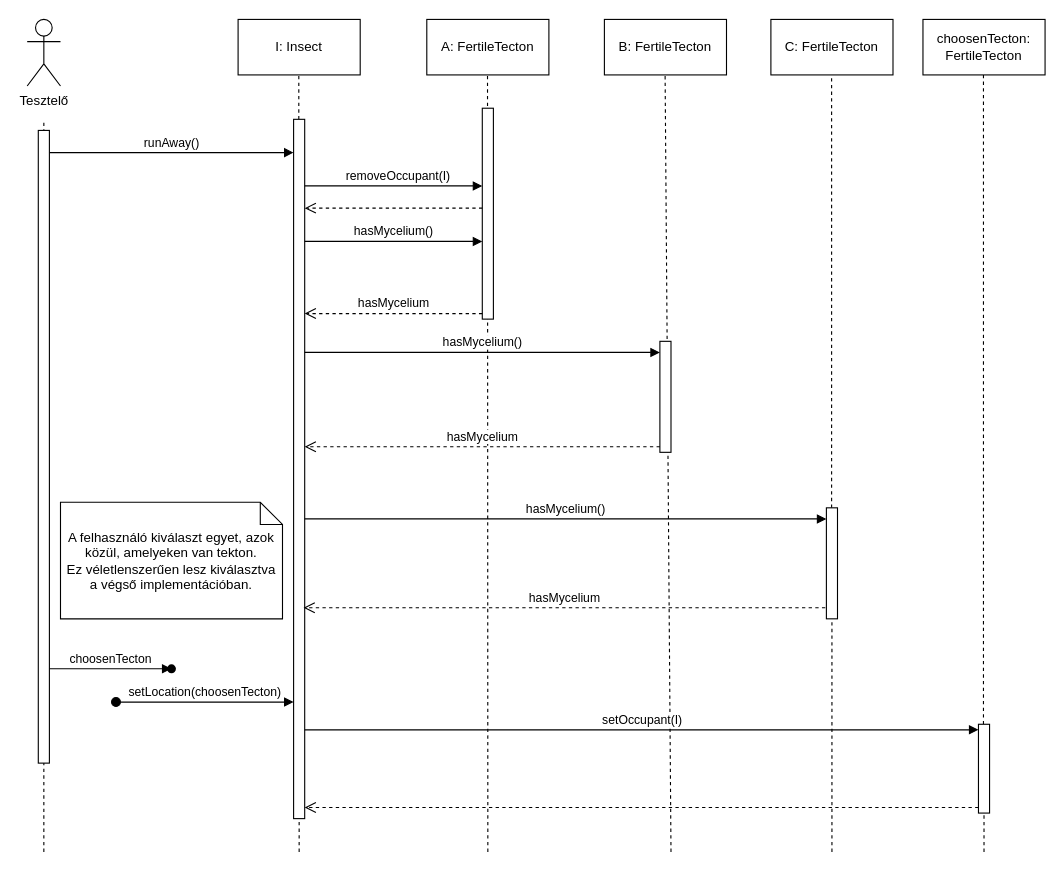
This is page "InsectRunAwaySeq" (10 of 17) of 6_szkeleton_beadasa/BJ Komm és Seq Diagrammok .drawio from koharzsombor/bandITs, a draw.io file, before an edit. Source tidied: cells renumbered, new cells numbered last; positions are measured from the earlier drawing's top-left corner, leaving out a move shared by most shapes. Both pictures are drawn from the tidied source at 111%, with x=0, y=0 at pixel (27, 19).
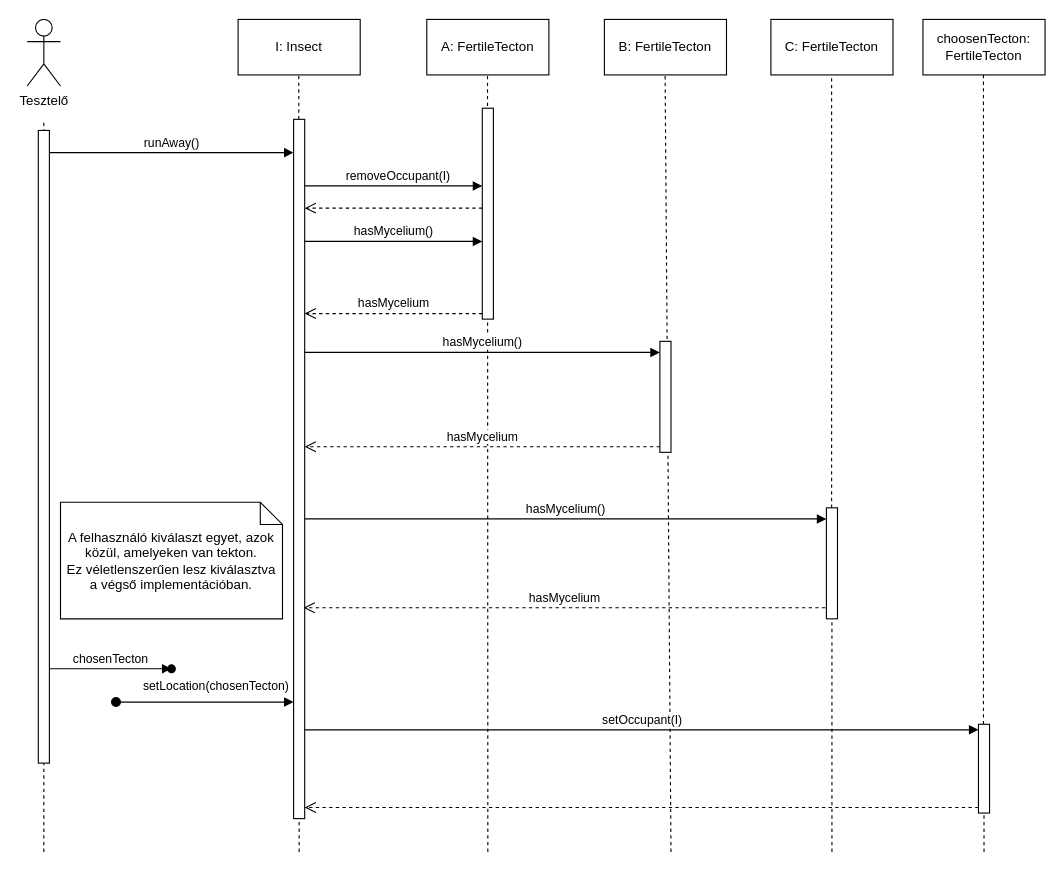
The same diagram, later.

Commit message (it also covers changes not shown here):
Use casek módosítása, a rovar elmenekülésének sz.diagramján helyesírási hiba (choosenTecton)

The change refers to these unchanged cells:
```xml
<mxCell id="15" style="html=1;points=[[0,0,0,0,5],[0,1,0,0,-5],[1,0,0,0,5],[1,1,0,0,-5]];perimeter=orthogonalPerimeter;outlineConnect=0;targetShapes=umlLifeline;portConstraint=eastwest;newEdgeStyle={&quot;curved&quot;:0,&quot;rounded&quot;:0};" parent="1" vertex="1">
  <mxGeometry x="10" y="100" width="10" height="570" as="geometry" />
</mxCell>
<mxCell id="27" style="shape=waypoint;sketch=0;fillStyle=solid;size=6;points=[];fillColor=none;perimeter=centerPerimeter;snapToPoint=1;strokeWidth=2;" parent="1" vertex="1">
  <mxGeometry x="120" y="575" width="20" height="20" as="geometry" />
</mxCell>
```

What changed in the source:
```diff
@@
-    <mxCell id="26" value="choosenTecton" style="html=1;verticalAlign=bottom;startArrow=none;startFill=0;endArrow=block;startSize=8;curved=0;rounded=0;endFill=1;" parent="1" edge="1" source="15" target="27">
+    <mxCell id="26" value="chosenTecton" style="html=1;verticalAlign=bottom;startArrow=none;startFill=0;endArrow=block;startSize=8;curved=0;rounded=0;endFill=1;" parent="1" edge="1" source="15" target="27">
       <mxGeometry relative="1" as="geometry" />
     </mxCell>
@@
-    <mxCell id="28" value="setLocation(choosenTecton)" style="html=1;verticalAlign=bottom;startArrow=oval;startFill=1;endArrow=block;startSize=8;curved=0;rounded=0;" parent="1" edge="1">
-      <mxGeometry relative="1" as="geometry">
+    <mxCell id="28" value="setLocation(chosenTecton)" style="html=1;verticalAlign=bottom;startArrow=oval;startFill=1;endArrow=block;startSize=8;curved=0;rounded=0;" parent="1" edge="1">
+      <mxGeometry x="0.12" y="5" relative="1" as="geometry">
         <mxPoint x="80" y="615" as="sourcePoint" />
         <mxPoint x="240" y="615" as="targetPoint" />
       </mxGeometry>
     </mxCell>
```
